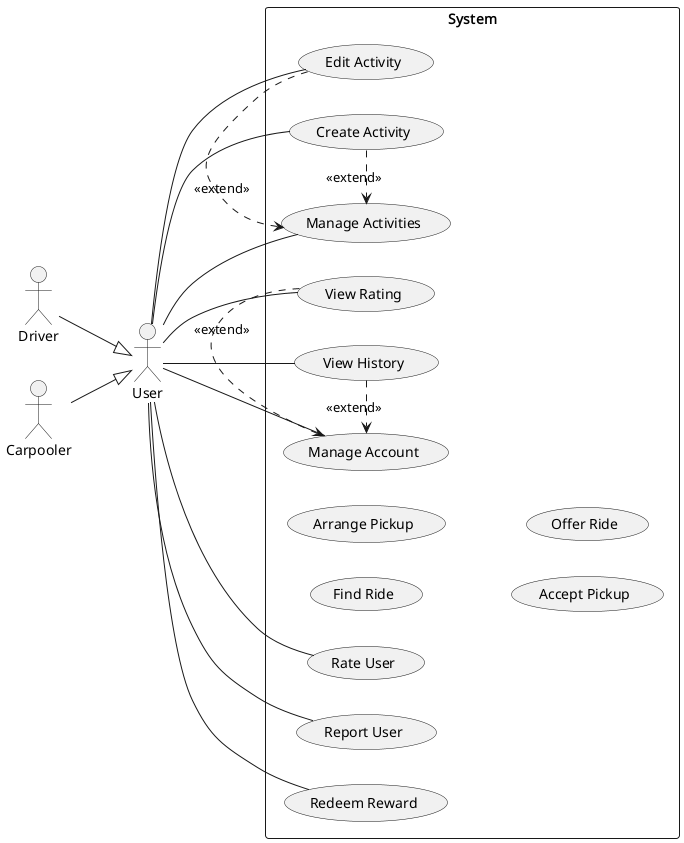
YannisRavasopoulos/ProjectSD_S6 keeps this PlantUML diagram as images/uml/use-cases.png. Above is the earlier version.
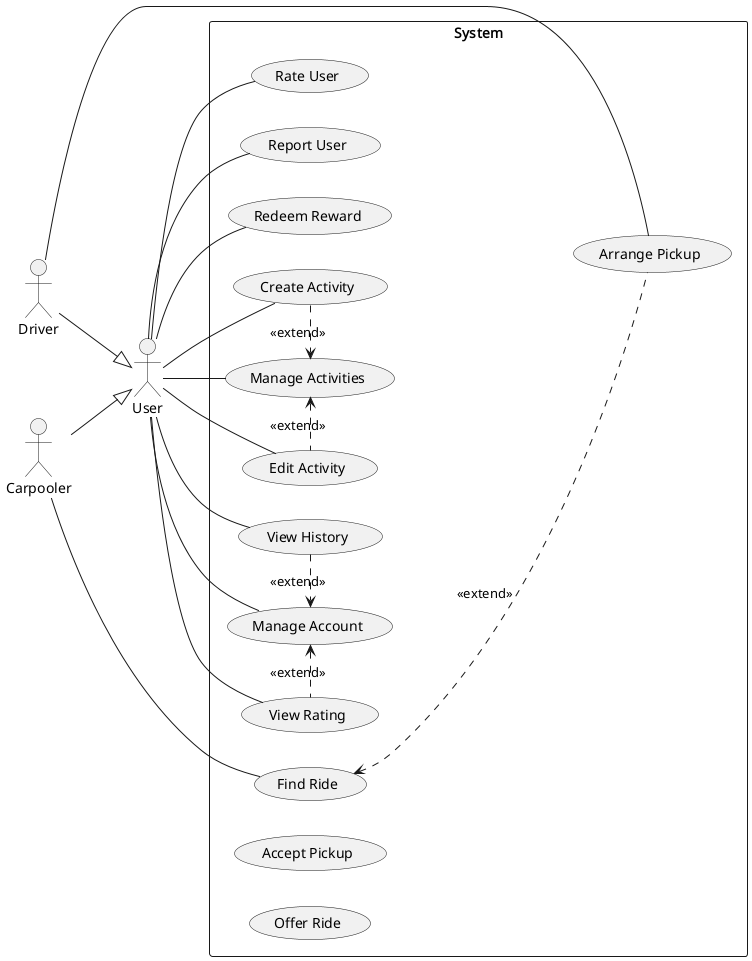
After the commit.

Commit message:
Aggelos use cases

Change to the diagram source:
```diff
@@ -40,6 +40,10 @@
 "User" -- "Report User"
 "User" -- "Redeem Reward"
 
+"Carpooler" -- "Find Ride"
+"Driver" -- "Arrange Pickup"
+
+"Find Ride" <.-- "Arrange Pickup": "<<extend>>"
 
 "Manage Activities" <.-left- "Create Activity": "<<extend>>"
 "Manage Activities" <.-right- "Edit Activity": "<<extend>>"
```
